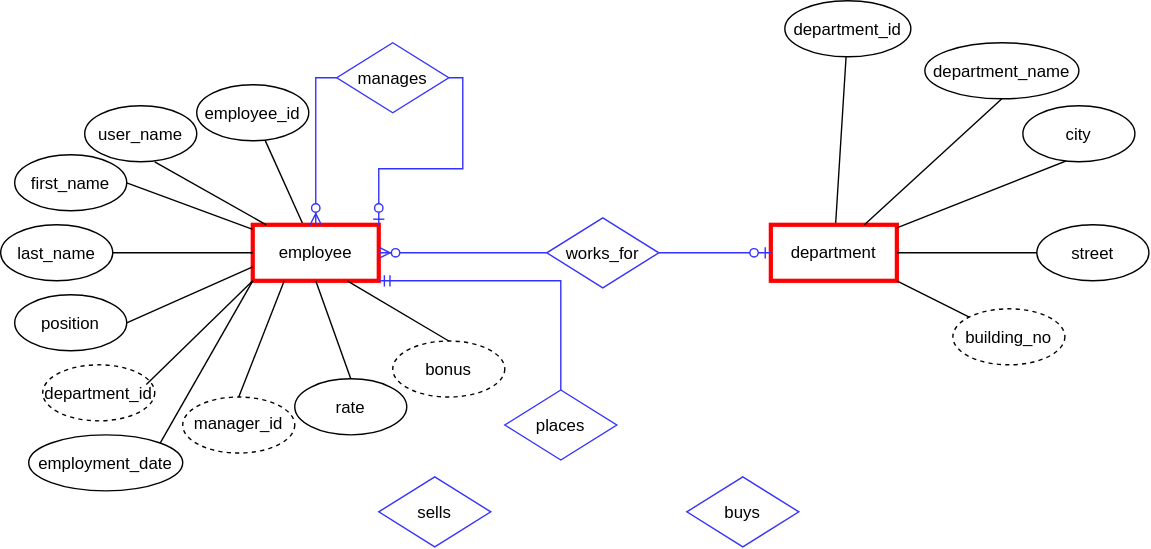
AnnaTistol/SQL-LAB keeps this draw.io diagram as Діаграма без назви.drawio.svg. Above is the earlier version. Source tidied: cells renumbered, new cells last; positions are measured from the earlier drawing's top-left corner, leaving out a move shared by most shapes.
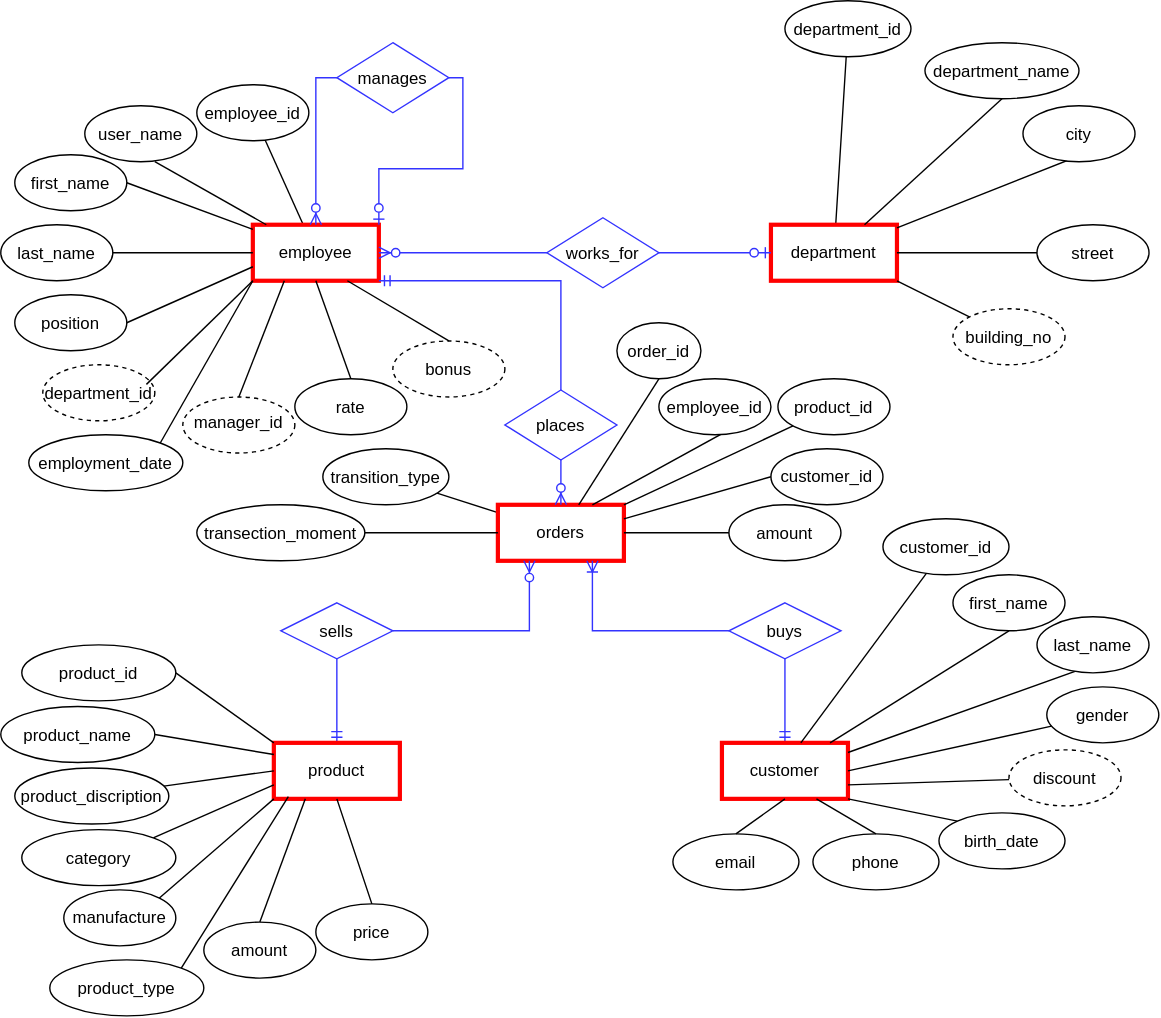
Above is the later version.

Commit message:
Додано діаграму для company.drawio.svg

Diff of the diagram source:
```diff
@@ -12,13 +12,13 @@
       <mxGeometry x="180" y="160" width="90" height="40" as="geometry" />
     </mxCell>
     <mxCell id="5" value="sells" style="rhombus;whiteSpace=wrap;html=1;shapeInside=1;strokeColor=#3333FF;" parent="1" vertex="1">
-      <mxGeometry x="270" y="340" width="80" height="50" as="geometry" />
+      <mxGeometry x="200" y="430" width="80" height="40" as="geometry" />
     </mxCell>
     <mxCell id="6" value="works_for" style="rhombus;whiteSpace=wrap;html=1;shapeInside=1;strokeColor=#3333FF;" parent="1" vertex="1">
       <mxGeometry x="390" y="155" width="80" height="50" as="geometry" />
     </mxCell>
     <mxCell id="7" value="buys" style="rhombus;whiteSpace=wrap;html=1;shapeInside=1;strokeColor=#3333FF;" parent="1" vertex="1">
-      <mxGeometry x="490" y="340" width="80" height="50" as="geometry" />
+      <mxGeometry x="520" y="430" width="80" height="40" as="geometry" />
     </mxCell>
     <mxCell id="8" value="employee_id" style="ellipse;whiteSpace=wrap;html=1;shapeInside=1;" parent="1" vertex="1">
       <mxGeometry x="140" y="60" width="80" height="40" as="geometry" />
@@ -91,6 +91,7 @@
     <mxCell id="30" style="edgeStyle=orthogonalEdgeStyle;fontSize=12;html=1;endArrow=ERmandOne;rounded=0;defaultLabelBackgroundColor=gap;entryX=1;entryY=1;entryDx=0;entryDy=0;exitX=0.5;exitY=0;exitDx=0;exitDy=0;strokeColor=#3333FF;" parent="1" edge="1" source="31" target="4">
       <mxGeometry x="-0.08" relative="1" as="geometry">
         <Array as="points">
+          <mxPoint x="400" y="278" />
           <mxPoint x="400" y="200" />
         </Array>
       </mxGeometry>
@@ -134,5 +135,182 @@
     <mxCell id="43" style="fontSize=12;html=1;endArrow=ERzeroToOne;endFill=1;rounded=0;defaultLabelBackgroundColor=gap;entryX=0;entryY=0.5;entryDx=0;entryDy=0;exitX=1;exitY=0.5;exitDx=0;exitDy=0;strokeColor=#3333FF;" parent="1" edge="1" source="6" target="33">
       <mxGeometry relative="1" as="geometry" />
     </mxCell>
+    <mxCell id="44" style="rounded=0;jettySize=auto;html=1;defaultLabelBackgroundColor=gap;endArrow=none;endFill=0;" parent="1" edge="1" source="45" target="46">
+      <mxGeometry relative="1" as="geometry" />
+    </mxCell>
+    <mxCell id="45" value="orders" style="rounded=0;whiteSpace=wrap;html=1;strokeWidth=3;strokeColor=#FF0000;" parent="1" vertex="1">
+      <mxGeometry x="355" y="360" width="90" height="40" as="geometry" />
+    </mxCell>
+    <mxCell id="46" value="transition_type" style="ellipse;whiteSpace=wrap;html=1;shapeInside=1;" parent="1" vertex="1">
+      <mxGeometry x="230" y="320" width="90" height="40" as="geometry" />
+    </mxCell>
+    <mxCell id="47" value="product_id" style="ellipse;whiteSpace=wrap;html=1;shapeInside=1;" parent="1" vertex="1">
+      <mxGeometry x="555" y="270" width="80" height="40" as="geometry" />
+    </mxCell>
+    <mxCell id="48" style="rounded=0;jettySize=auto;html=1;exitX=1;exitY=0.5;exitDx=0;exitDy=0;defaultLabelBackgroundColor=gap;endArrow=none;endFill=0;entryX=0.75;entryY=0;entryDx=0;entryDy=0;" parent="1" edge="1" source="49" target="45">
+      <mxGeometry relative="1" as="geometry" />
+    </mxCell>
+    <mxCell id="49" value="employee_id" style="ellipse;whiteSpace=wrap;html=1;shapeInside=1;" parent="1" vertex="1">
+      <mxGeometry x="470" y="270" width="80" height="40" as="geometry" />
+    </mxCell>
+    <mxCell id="50" value="order_id" style="ellipse;whiteSpace=wrap;html=1;shapeInside=1;" parent="1" vertex="1">
+      <mxGeometry x="440" y="230" width="60" height="40" as="geometry" />
+    </mxCell>
+    <mxCell id="51" style="rounded=0;jettySize=auto;html=1;defaultLabelBackgroundColor=gap;endArrow=none;endFill=0;entryX=0.5;entryY=1;entryDx=0;entryDy=0;" parent="1" edge="1" source="45" target="50">
+      <mxGeometry relative="1" as="geometry" />
+    </mxCell>
+    <mxCell id="52" style="rounded=0;jettySize=auto;html=1;defaultLabelBackgroundColor=gap;endArrow=none;endFill=0;entryX=1;entryY=0;entryDx=0;entryDy=0;" parent="1" edge="1" source="47" target="45">
+      <mxGeometry relative="1" as="geometry" />
+    </mxCell>
+    <mxCell id="53" style="rounded=0;jettySize=auto;html=1;defaultLabelBackgroundColor=gap;endArrow=none;endFill=0;entryX=1;entryY=0.25;entryDx=0;entryDy=0;exitX=0;exitY=0.5;exitDx=0;exitDy=0;" parent="1" edge="1" source="55" target="45">
+      <mxGeometry relative="1" as="geometry" />
+    </mxCell>
+    <mxCell id="54" value="amount" style="ellipse;whiteSpace=wrap;html=1;shapeInside=1;" parent="1" vertex="1">
+      <mxGeometry x="520" y="360" width="80" height="40" as="geometry" />
+    </mxCell>
+    <mxCell id="55" value="customer_id" style="ellipse;whiteSpace=wrap;html=1;shapeInside=1;" parent="1" vertex="1">
+      <mxGeometry x="550" y="320" width="80" height="40" as="geometry" />
+    </mxCell>
+    <mxCell id="56" value="transection_moment" style="ellipse;whiteSpace=wrap;html=1;shapeInside=1;" parent="1" vertex="1">
+      <mxGeometry x="140" y="360" width="120" height="40" as="geometry" />
+    </mxCell>
+    <mxCell id="57" style="rounded=0;jettySize=auto;html=1;defaultLabelBackgroundColor=gap;endArrow=none;endFill=0;entryX=1;entryY=0.5;entryDx=0;entryDy=0;exitX=0;exitY=0.5;exitDx=0;exitDy=0;" parent="1" edge="1" source="45" target="56">
+      <mxGeometry relative="1" as="geometry" />
+    </mxCell>
+    <mxCell id="58" style="rounded=0;jettySize=auto;html=1;defaultLabelBackgroundColor=gap;endArrow=none;endFill=0;entryX=0;entryY=0.5;entryDx=0;entryDy=0;exitX=1;exitY=0.5;exitDx=0;exitDy=0;" parent="1" edge="1" source="45" target="54">
+      <mxGeometry relative="1" as="geometry" />
+    </mxCell>
+    <mxCell id="59" style="fontSize=12;html=1;endArrow=ERzeroToMany;endFill=1;rounded=0;defaultLabelBackgroundColor=gap;exitX=0.5;exitY=1;exitDx=0;exitDy=0;strokeColor=#3333FF;entryX=0.5;entryY=0;entryDx=0;entryDy=0;" parent="1" edge="1" source="31" target="45">
+      <mxGeometry x="-0.18" relative="1" as="geometry" />
+    </mxCell>
+    <mxCell id="60" style="fontSize=12;html=1;endArrow=ERzeroToMany;endFill=1;rounded=0;defaultLabelBackgroundColor=gap;exitX=1;exitY=0.5;exitDx=0;exitDy=0;entryX=0.25;entryY=1;entryDx=0;entryDy=0;strokeColor=#3333FF;edgeStyle=orthogonalEdgeStyle;" parent="1" edge="1" source="5" target="45">
+      <mxGeometry x="-0.18" relative="1" as="geometry" />
+    </mxCell>
+    <mxCell id="61" style="edgeStyle=orthogonalEdgeStyle;fontSize=12;html=1;endArrow=ERoneToMany;rounded=0;defaultLabelBackgroundColor=gap;exitX=0;exitY=0.5;exitDx=0;exitDy=0;entryX=0.75;entryY=1;entryDx=0;entryDy=0;strokeColor=#3333FF;" parent="1" edge="1" source="7" target="45">
+      <mxGeometry relative="1" as="geometry" />
+    </mxCell>
+    <mxCell id="62" style="fontSize=12;html=1;endArrow=ERmandOne;rounded=0;defaultLabelBackgroundColor=gap;exitX=0.5;exitY=1;exitDx=0;exitDy=0;strokeColor=#3333FF;" parent="1" edge="1" source="5">
+      <mxGeometry relative="1" as="geometry">
+        <mxPoint x="240" y="530" as="targetPoint" />
+      </mxGeometry>
+    </mxCell>
+    <mxCell id="63" style="fontSize=12;html=1;endArrow=ERmandOne;rounded=0;defaultLabelBackgroundColor=gap;exitX=0.5;exitY=1;exitDx=0;exitDy=0;strokeColor=#3333FF;" parent="1" edge="1">
+      <mxGeometry relative="1" as="geometry">
+        <mxPoint x="560" y="470" as="sourcePoint" />
+        <mxPoint x="560" y="530" as="targetPoint" />
+      </mxGeometry>
+    </mxCell>
+    <mxCell id="64" value="product" style="rounded=0;whiteSpace=wrap;html=1;strokeWidth=3;strokeColor=#FF0000;" parent="1" vertex="1">
+      <mxGeometry x="195" y="530" width="90" height="40" as="geometry" />
+    </mxCell>
+    <mxCell id="65" value="customer" style="rounded=0;whiteSpace=wrap;html=1;strokeWidth=3;strokeColor=#FF0000;" parent="1" vertex="1">
+      <mxGeometry x="515" y="530" width="90" height="40" as="geometry" />
+    </mxCell>
+    <mxCell id="66" style="rounded=0;jettySize=auto;html=1;exitX=1;exitY=0.5;exitDx=0;exitDy=0;defaultLabelBackgroundColor=gap;endArrow=none;endFill=0;" parent="1" edge="1" source="79">
+      <mxGeometry relative="1" as="geometry">
+        <mxPoint x="195" y="538.3" as="targetPoint" />
+      </mxGeometry>
+    </mxCell>
+    <mxCell id="67" value="price" style="ellipse;whiteSpace=wrap;html=1;shapeInside=1;" parent="1" vertex="1">
+      <mxGeometry x="225" y="645" width="80" height="40" as="geometry" />
+    </mxCell>
+    <mxCell id="68" value="amount" style="ellipse;whiteSpace=wrap;html=1;shapeInside=1;" parent="1" vertex="1">
+      <mxGeometry x="145" y="658" width="80" height="40" as="geometry" />
+    </mxCell>
+    <mxCell id="69" value="manufacture" style="ellipse;whiteSpace=wrap;html=1;shapeInside=1;" parent="1" vertex="1">
+      <mxGeometry x="45" y="635" width="80" height="40" as="geometry" />
+    </mxCell>
+    <mxCell id="70" value="product_type" style="ellipse;whiteSpace=wrap;html=1;shapeInside=1;" parent="1" vertex="1">
+      <mxGeometry x="35" y="685" width="110" height="40" as="geometry" />
+    </mxCell>
+    <mxCell id="71" style="rounded=0;jettySize=auto;html=1;defaultLabelBackgroundColor=gap;endArrow=none;endFill=0;entryX=1;entryY=0.5;entryDx=0;entryDy=0;exitX=0;exitY=0;exitDx=0;exitDy=0;" parent="1" edge="1" source="64" target="78">
+      <mxGeometry relative="1" as="geometry" />
+    </mxCell>
+    <mxCell id="72" style="rounded=0;jettySize=auto;html=1;defaultLabelBackgroundColor=gap;endArrow=none;endFill=0;entryX=0;entryY=0.5;entryDx=0;entryDy=0;" parent="1" edge="1" source="80" target="64">
+      <mxGeometry relative="1" as="geometry" />
+    </mxCell>
+    <mxCell id="73" style="rounded=0;jettySize=auto;html=1;exitX=1;exitY=0;exitDx=0;exitDy=0;defaultLabelBackgroundColor=gap;endArrow=none;endFill=0;entryX=0;entryY=0.75;entryDx=0;entryDy=0;" parent="1" edge="1" source="81" target="64">
+      <mxGeometry relative="1" as="geometry" />
+    </mxCell>
+    <mxCell id="74" style="rounded=0;jettySize=auto;html=1;exitX=1;exitY=0;exitDx=0;exitDy=0;defaultLabelBackgroundColor=gap;endArrow=none;endFill=0;entryX=0;entryY=1;entryDx=0;entryDy=0;" parent="1" edge="1" source="69" target="64">
+      <mxGeometry relative="1" as="geometry" />
+    </mxCell>
+    <mxCell id="75" style="rounded=0;jettySize=auto;html=1;exitX=1;exitY=0;exitDx=0;exitDy=0;defaultLabelBackgroundColor=gap;endArrow=none;endFill=0;entryX=0.115;entryY=0.958;entryDx=0;entryDy=0;entryPerimeter=0;" parent="1" edge="1" source="70" target="64">
+      <mxGeometry relative="1" as="geometry" />
+    </mxCell>
+    <mxCell id="76" style="rounded=0;jettySize=auto;html=1;exitX=0.5;exitY=0;exitDx=0;exitDy=0;defaultLabelBackgroundColor=gap;endArrow=none;endFill=0;entryX=0.25;entryY=1;entryDx=0;entryDy=0;" parent="1" edge="1" source="68" target="64">
+      <mxGeometry relative="1" as="geometry" />
+    </mxCell>
+    <mxCell id="77" style="rounded=0;jettySize=auto;html=1;exitX=0.5;exitY=0;exitDx=0;exitDy=0;defaultLabelBackgroundColor=gap;endArrow=none;endFill=0;entryX=0.5;entryY=1;entryDx=0;entryDy=0;" parent="1" edge="1" source="67" target="64">
+      <mxGeometry relative="1" as="geometry" />
+    </mxCell>
+    <mxCell id="78" value="product_id" style="ellipse;whiteSpace=wrap;html=1;shapeInside=1;" parent="1" vertex="1">
+      <mxGeometry x="15" y="460" width="110" height="40" as="geometry" />
+    </mxCell>
+    <mxCell id="79" value="product_name" style="ellipse;whiteSpace=wrap;html=1;shapeInside=1;" parent="1" vertex="1">
+      <mxGeometry y="504" width="110" height="40" as="geometry" />
+    </mxCell>
+    <mxCell id="80" value="product_discription" style="ellipse;whiteSpace=wrap;html=1;shapeInside=1;" parent="1" vertex="1">
+      <mxGeometry x="10" y="548" width="110" height="40" as="geometry" />
+    </mxCell>
+    <mxCell id="81" value="category" style="ellipse;whiteSpace=wrap;html=1;shapeInside=1;" parent="1" vertex="1">
+      <mxGeometry x="15" y="592" width="110" height="40" as="geometry" />
+    </mxCell>
+    <mxCell id="82" style="rounded=0;jettySize=auto;html=1;defaultLabelBackgroundColor=gap;endArrow=none;endFill=0;" parent="1" edge="1" target="83">
+      <mxGeometry relative="1" as="geometry">
+        <mxPoint x="571.3" y="530" as="sourcePoint" />
+      </mxGeometry>
+    </mxCell>
+    <mxCell id="83" value="customer_id" style="ellipse;whiteSpace=wrap;html=1;shapeInside=1;" parent="1" vertex="1">
+      <mxGeometry x="630" y="370" width="90" height="40" as="geometry" />
+    </mxCell>
+    <mxCell id="84" value="gender" style="ellipse;whiteSpace=wrap;html=1;shapeInside=1;" parent="1" vertex="1">
+      <mxGeometry x="747" y="490" width="80" height="40" as="geometry" />
+    </mxCell>
+    <mxCell id="85" style="rounded=0;jettySize=auto;html=1;exitX=1;exitY=0.5;exitDx=0;exitDy=0;defaultLabelBackgroundColor=gap;endArrow=none;endFill=0;" parent="1" edge="1" source="86">
+      <mxGeometry relative="1" as="geometry">
+        <mxPoint x="605" y="536.9" as="targetPoint" />
+      </mxGeometry>
+    </mxCell>
+    <mxCell id="86" value="last_name" style="ellipse;whiteSpace=wrap;html=1;shapeInside=1;" parent="1" vertex="1">
+      <mxGeometry x="740" y="440" width="80" height="40" as="geometry" />
+    </mxCell>
+    <mxCell id="87" value="first_name" style="ellipse;whiteSpace=wrap;html=1;shapeInside=1;" parent="1" vertex="1">
+      <mxGeometry x="680" y="410" width="80" height="40" as="geometry" />
+    </mxCell>
+    <mxCell id="88" value="discount" style="ellipse;whiteSpace=wrap;html=1;shapeInside=1;dashed=1;" parent="1" vertex="1">
+      <mxGeometry x="720" y="535" width="80" height="40" as="geometry" />
+    </mxCell>
+    <mxCell id="89" style="rounded=0;jettySize=auto;html=1;defaultLabelBackgroundColor=gap;endArrow=none;endFill=0;entryX=0.5;entryY=1;entryDx=0;entryDy=0;" parent="1" edge="1" target="87">
+      <mxGeometry relative="1" as="geometry">
+        <mxPoint x="592.2" y="530" as="sourcePoint" />
+      </mxGeometry>
+    </mxCell>
+    <mxCell id="90" style="rounded=0;jettySize=auto;html=1;defaultLabelBackgroundColor=gap;endArrow=none;endFill=0;entryX=1;entryY=0.5;entryDx=0;entryDy=0;" parent="1" edge="1" source="84">
+      <mxGeometry relative="1" as="geometry">
+        <mxPoint x="605" y="550" as="targetPoint" />
+      </mxGeometry>
+    </mxCell>
+    <mxCell id="91" style="rounded=0;jettySize=auto;html=1;defaultLabelBackgroundColor=gap;endArrow=none;endFill=0;entryX=1;entryY=0.75;entryDx=0;entryDy=0;" parent="1" edge="1" source="88" target="65">
+      <mxGeometry relative="1" as="geometry" />
+    </mxCell>
+    <mxCell id="92" value="birth_date" style="ellipse;whiteSpace=wrap;html=1;shapeInside=1;" parent="1" vertex="1">
+      <mxGeometry x="670" y="580" width="90" height="40" as="geometry" />
+    </mxCell>
+    <mxCell id="93" value="phone" style="ellipse;whiteSpace=wrap;html=1;shapeInside=1;" parent="1" vertex="1">
+      <mxGeometry x="580" y="595" width="90" height="40" as="geometry" />
+    </mxCell>
+    <mxCell id="94" value="email" style="ellipse;whiteSpace=wrap;html=1;shapeInside=1;" parent="1" vertex="1">
+      <mxGeometry x="480" y="595" width="90" height="40" as="geometry" />
+    </mxCell>
+    <mxCell id="95" style="rounded=0;jettySize=auto;html=1;defaultLabelBackgroundColor=gap;endArrow=none;endFill=0;entryX=1;entryY=1;entryDx=0;entryDy=0;exitX=0;exitY=0;exitDx=0;exitDy=0;" parent="1" edge="1" source="92" target="65">
+      <mxGeometry relative="1" as="geometry" />
+    </mxCell>
+    <mxCell id="96" style="rounded=0;jettySize=auto;html=1;defaultLabelBackgroundColor=gap;endArrow=none;endFill=0;entryX=0.75;entryY=1;entryDx=0;entryDy=0;exitX=0.5;exitY=0;exitDx=0;exitDy=0;" parent="1" edge="1" source="93" target="65">
+      <mxGeometry relative="1" as="geometry" />
+    </mxCell>
+    <mxCell id="97" style="rounded=0;jettySize=auto;html=1;defaultLabelBackgroundColor=gap;endArrow=none;endFill=0;entryX=0.5;entryY=1;entryDx=0;entryDy=0;exitX=0.5;exitY=0;exitDx=0;exitDy=0;" parent="1" edge="1" source="94" target="65">
+      <mxGeometry relative="1" as="geometry" />
+    </mxCell>
   </root>
 </mxGraphModel>
```
